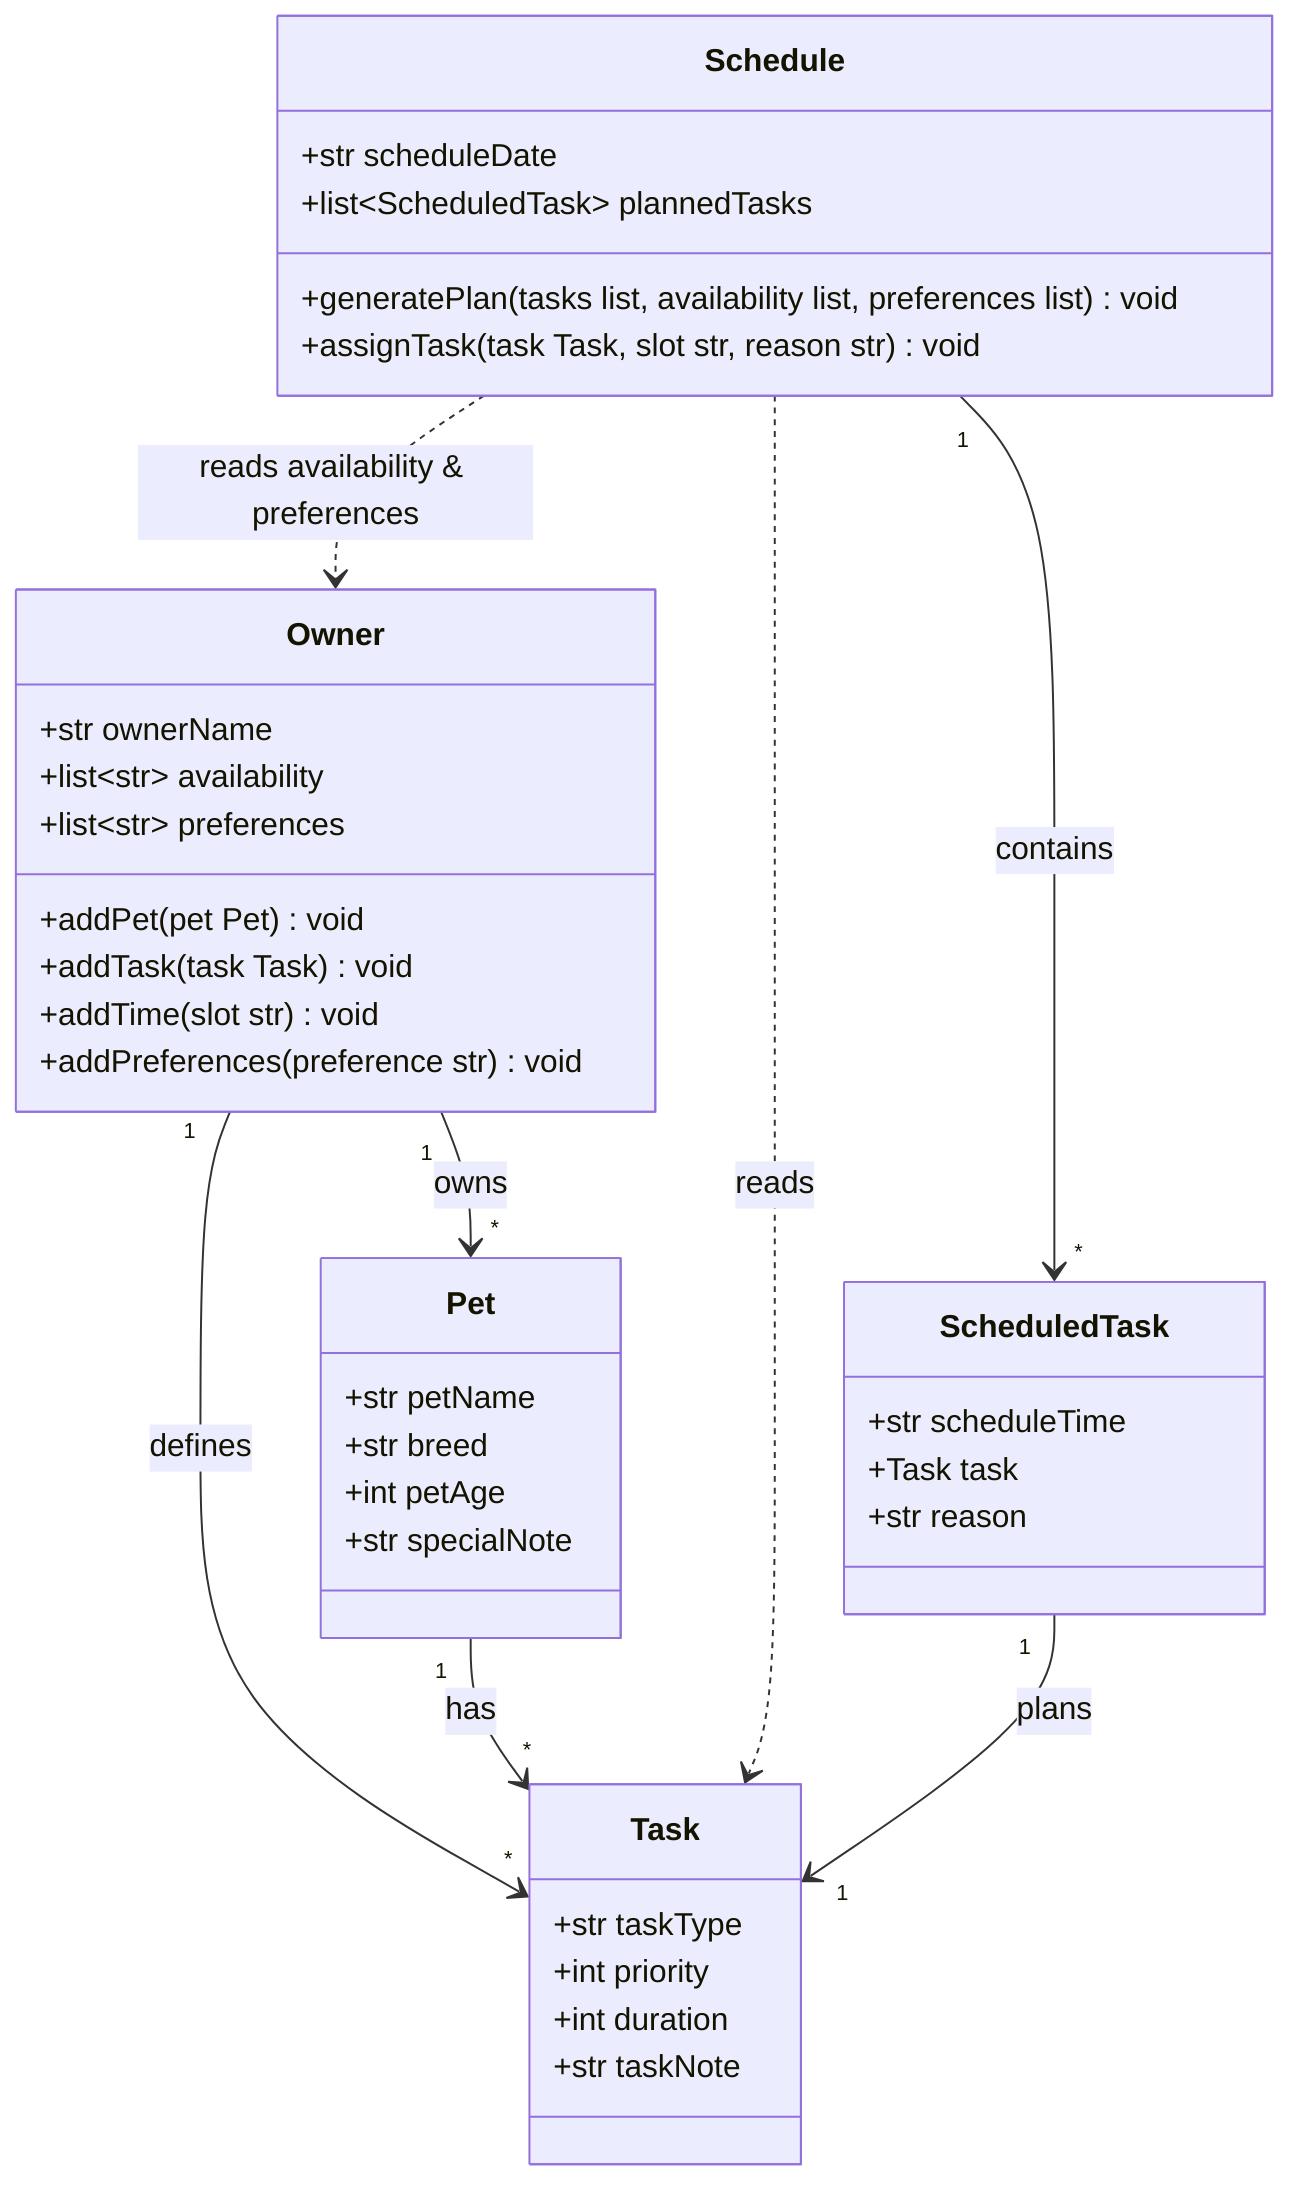
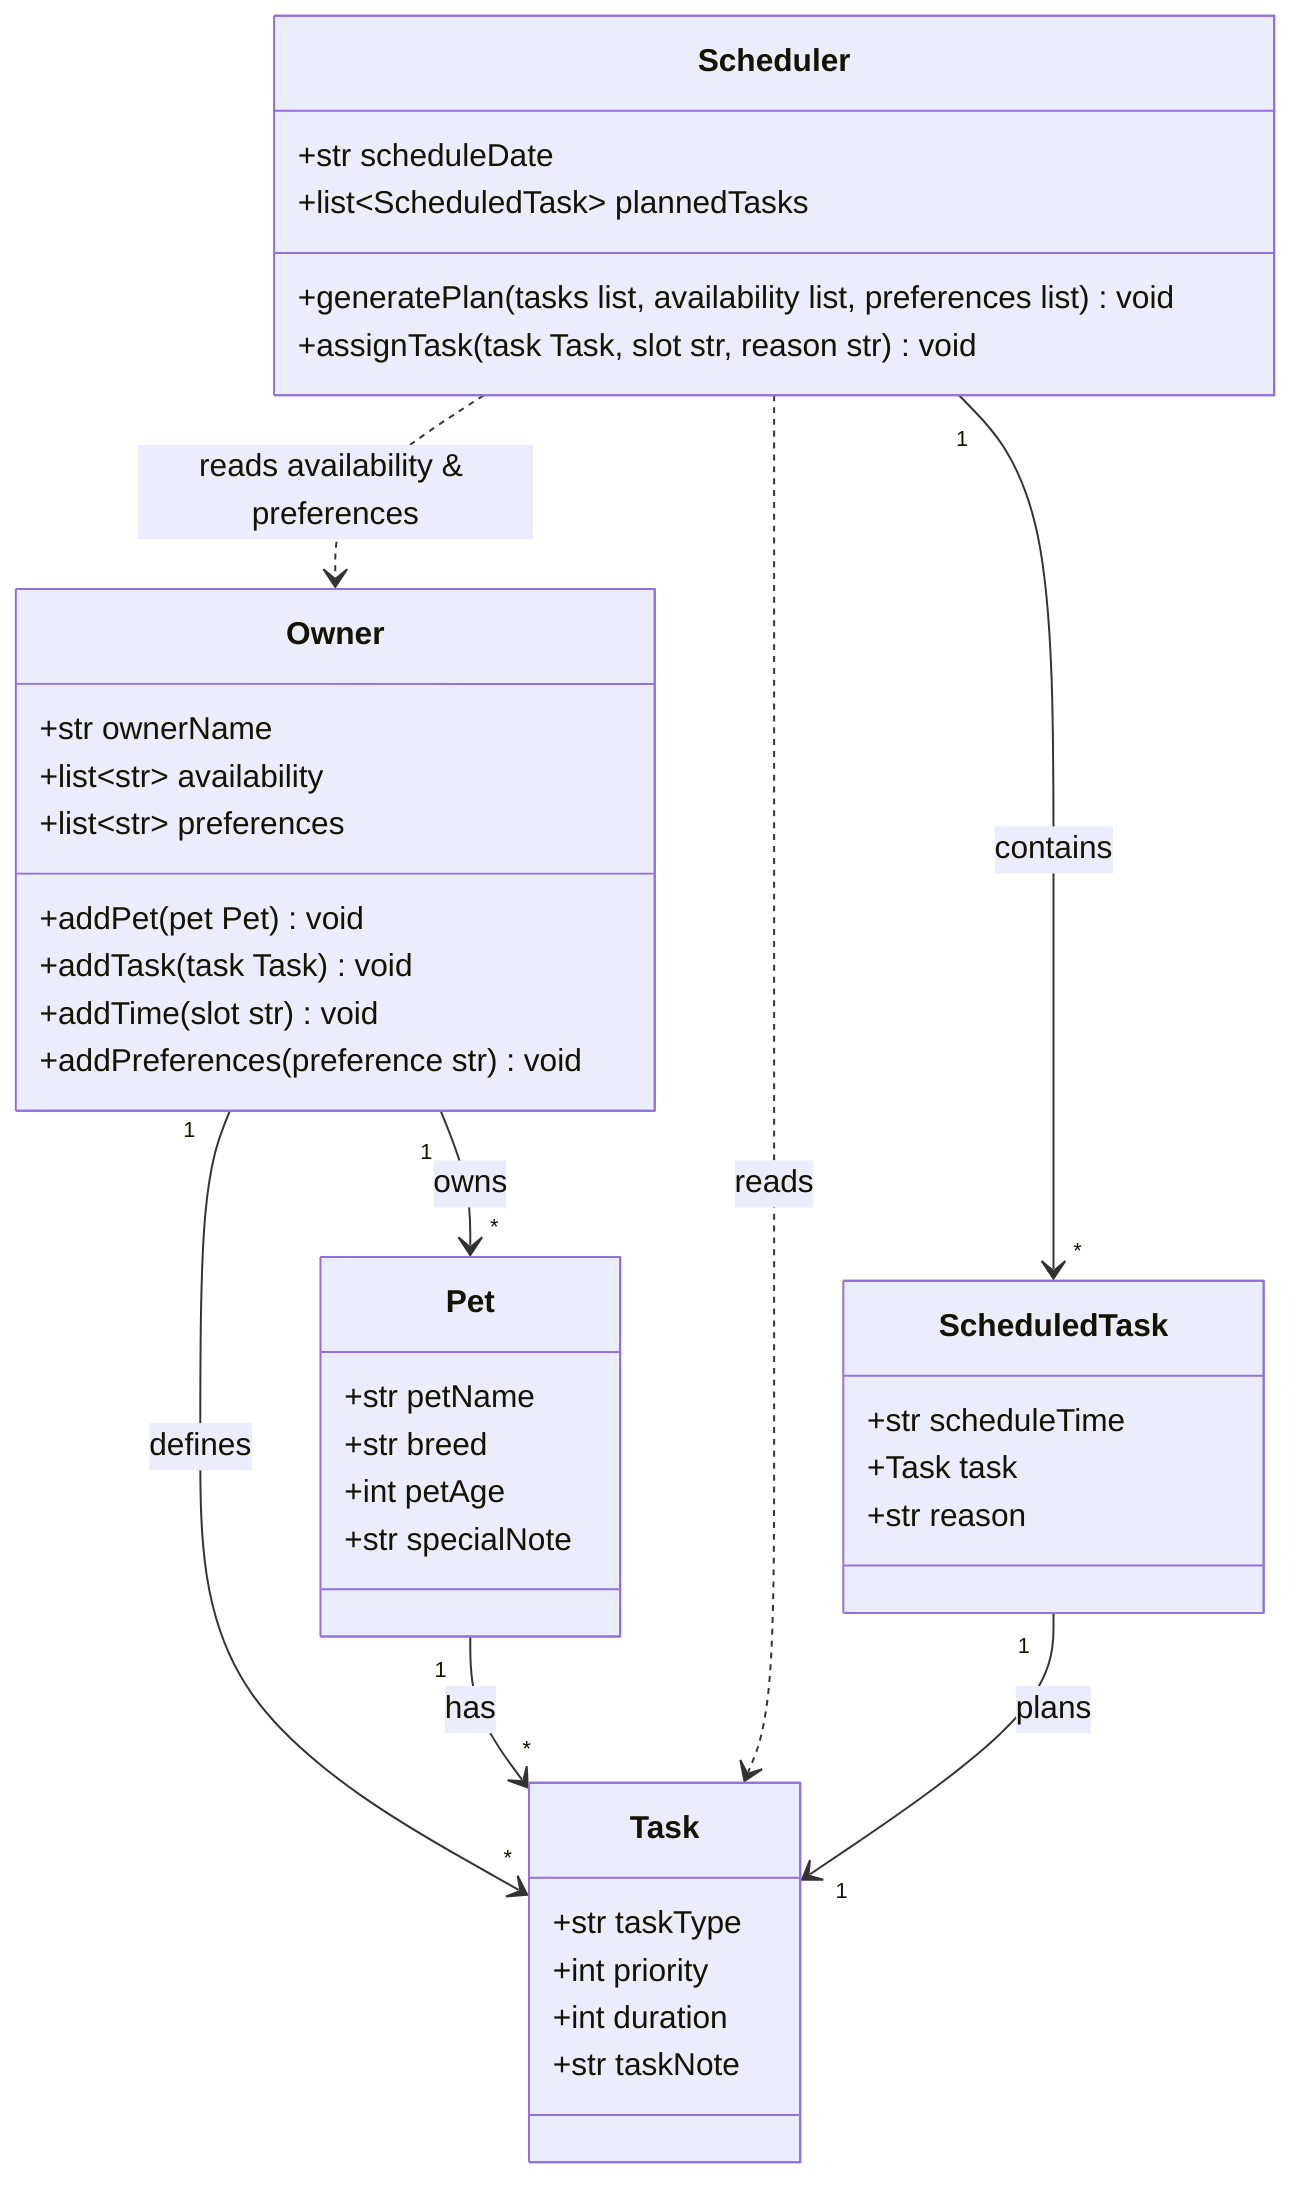
classDiagram
    class Owner {
        +str ownerName
        +list~str~ availability
        +list~str~ preferences
        +addPet(pet Pet) void
        +addTask(task Task) void
        +addTime(slot str) void
        +addPreferences(preference str) void
    }

    class Pet {
        +str petName
        +str breed
        +int petAge
        +str specialNote
    }

    class Task {
        +str taskType
        +int priority
        +int duration
        +str taskNote
    }

-     class Schedule {
+     class Scheduler {
        +str scheduleDate
        +list~ScheduledTask~ plannedTasks
        +generatePlan(tasks list, availability list, preferences list) void
        +assignTask(task Task, slot str, reason str) void
    }

    class ScheduledTask {
        +str scheduleTime
        +Task task
        +str reason
    }

    Owner "1" --> "*" Pet : owns
    Owner "1" --> "*" Task : defines
    Pet "1" --> "*" Task : has
-     Schedule ..> Task : reads
-     Schedule ..> Owner : reads availability & preferences
-     Schedule "1" --> "*" ScheduledTask : contains
+     Scheduler ..> Task : reads
+     Scheduler ..> Owner : reads availability & preferences
+     Scheduler "1" --> "*" ScheduledTask : contains
    ScheduledTask "1" --> "1" Task : plans
